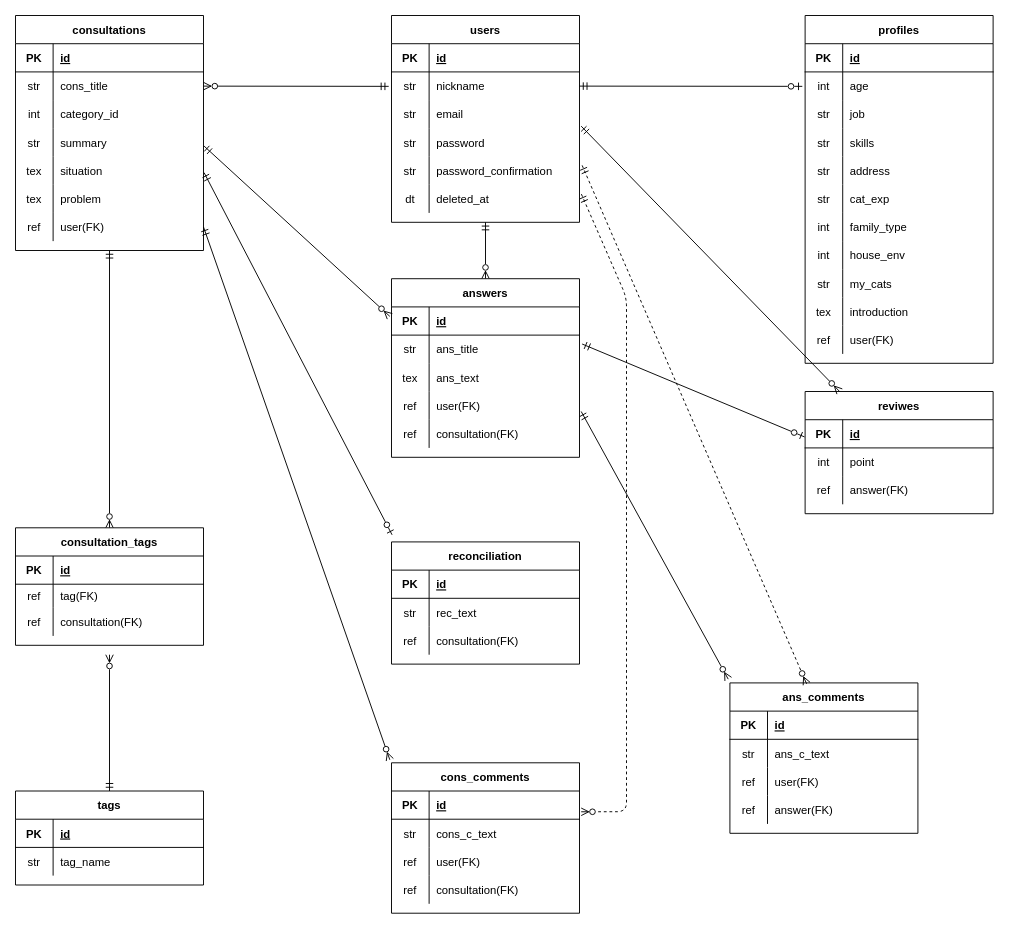
The draw.io diagram entity_relationship.dio in tatsumiwa-pg/brtc, before the edit. Source tidied: cells renumbered, new cells numbered last; positions are measured from the earlier drawing's top-left corner, leaving out a move shared by most shapes. Both pictures are drawn from the tidied source at 94%, with x=0, y=0 at pixel (15, 15).
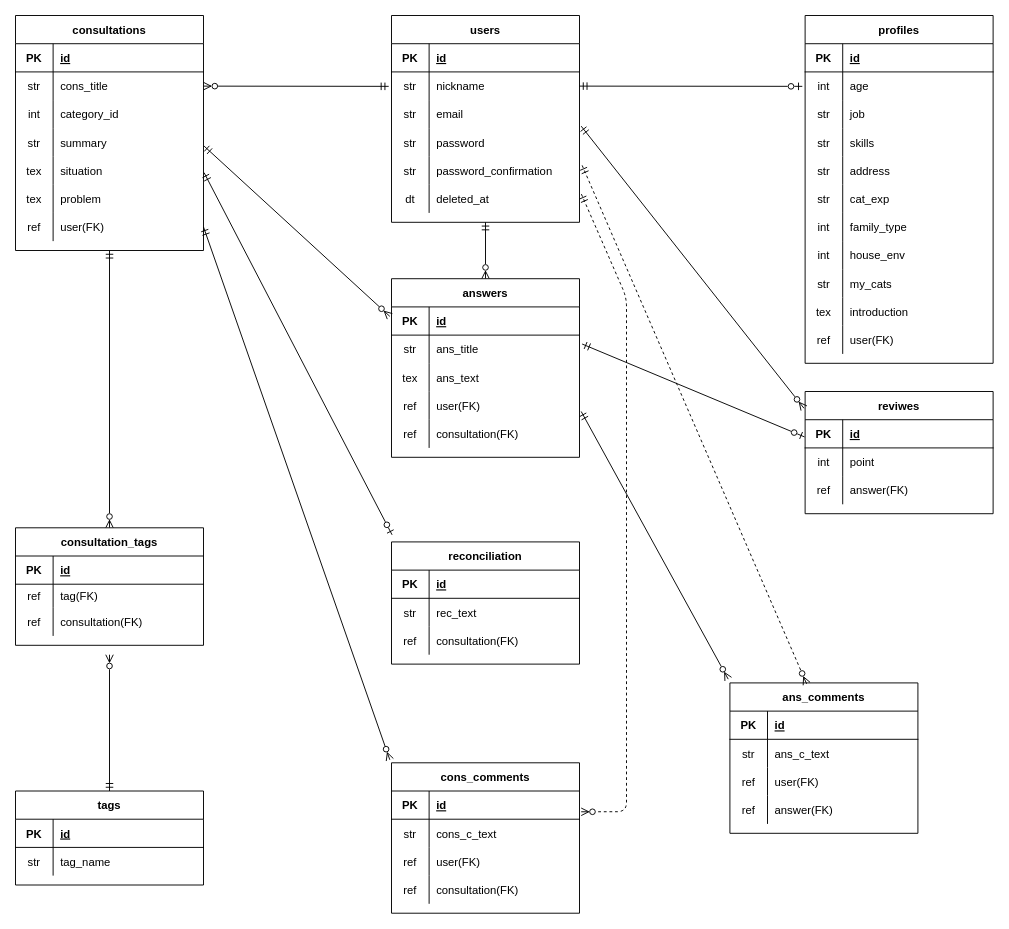
The same diagram, later.

Commit message (it also covers changes not shown here):
ER図/画面遷移図の修正/README追記

The change refers to these unchanged cells:
```xml
<mxCell id="13" style="shape=partialRectangle;fillColor=none;top=0;left=0;bottom=0;right=0;points=[[0,0.5],[1,0.5]];portConstraint=eastwest;" parent="3" vertex="1">
  <mxGeometry y="120" width="200" height="30" as="geometry" />
</mxCell>
<mxCell id="71" value="reviwes" style="shape=table;startSize=30;childLayout=tableLayout;rowLines=0;fontStyle=1;align=center;" parent="1" vertex="1">
  <mxGeometry x="840" y="400" width="200" height="130" as="geometry" />
</mxCell>
```

What changed in the source:
```diff
@@
-    <mxCell id="165" style="edgeStyle=none;html=1;startArrow=ERmandOne;startFill=0;endArrow=ERzeroToMany;endFill=0;exitX=1.009;exitY=-0.076;exitDx=0;exitDy=0;exitPerimeter=0;" parent="1" edge="1" source="13" target="71">
+    <mxCell id="165" style="edgeStyle=none;html=1;startArrow=ERmandOne;startFill=0;endArrow=ERzeroToMany;endFill=0;exitX=1.009;exitY=-0.076;exitDx=0;exitDy=0;exitPerimeter=0;entryX=-0.006;entryY=0.137;entryDx=0;entryDy=0;entryPerimeter=0;" parent="1" edge="1" source="13" target="71">
       <mxGeometry relative="1" as="geometry" />
     </mxCell>
```
